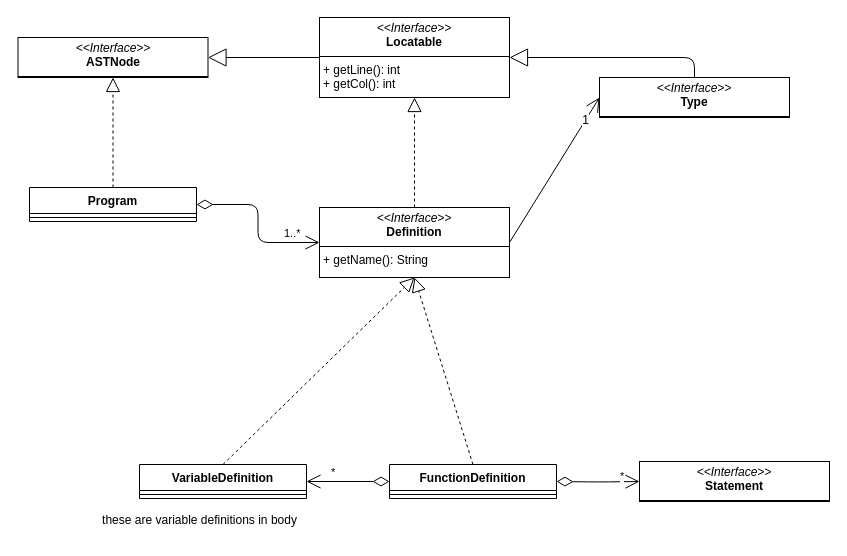
Before: diagrams/program.drawio in Diegomcha/dlp-compiler, a draw.io diagram. Source tidied: cells renumbered, new cells numbered last; positions are measured from the earlier drawing's top-left corner, leaving out a move shared by most shapes. Both pictures are drawn from the tidied source at 100%, with x=0, y=0 at pixel (17, 17).
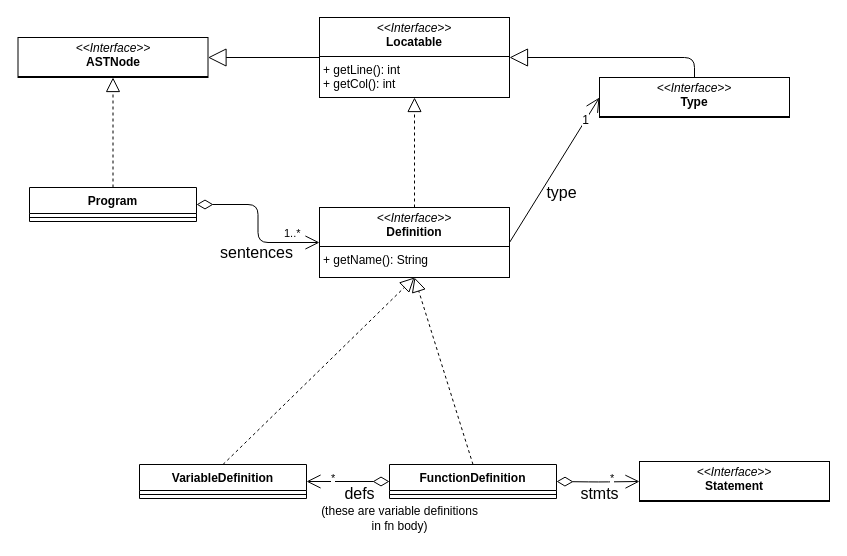
After the change.

Commit message:
feat(diagram): changed attr names for program

Unchanged cells that the change refers to:
```xml
<mxCell id="6" value="VariableDefinition" style="swimlane;fontStyle=1;align=center;verticalAlign=top;horizontal=1;startSize=26;" parent="1" vertex="1">
  <mxGeometry x="122" y="447" width="167" height="34" as="geometry" />
</mxCell>
<mxCell id="8" value="FunctionDefinition" style="swimlane;fontStyle=1;align=center;verticalAlign=top;horizontal=1;startSize=26;" parent="1" vertex="1">
  <mxGeometry x="372" y="447" width="167" height="34" as="geometry" />
</mxCell>
<mxCell id="22" value="&lt;p style=&quot;margin:0px;margin-top:4px;text-align:center;&quot;&gt;&lt;i&gt;&amp;lt;&amp;lt;Interface&amp;gt;&amp;gt;&lt;/i&gt;&lt;br&gt;&lt;b&gt;Statement&lt;/b&gt;&lt;/p&gt;&lt;hr size=&quot;1&quot; style=&quot;border-style:solid;&quot;&gt;&lt;p style=&quot;margin:0px;margin-left:4px;&quot;&gt;&lt;br&gt;&lt;/p&gt;" style="verticalAlign=top;align=left;overflow=fill;html=1;whiteSpace=wrap;" parent="1" vertex="1">
  <mxGeometry x="622" y="444" width="190" height="40" as="geometry" />
</mxCell>
```

Diff of the diagram source:
```diff
@@
     <mxCell id="21" value="*" style="endArrow=open;html=1;endSize=12;startArrow=diamondThin;startSize=14;startFill=0;edgeStyle=orthogonalEdgeStyle;align=left;verticalAlign=bottom;exitX=0;exitY=0.5;exitDx=0;exitDy=0;entryX=1;entryY=0.5;entryDx=0;entryDy=0;" parent="1" edge="1" source="8" target="6">
-      <mxGeometry x="0.45" relative="1" as="geometry" />
+      <mxGeometry x="0.45" y="6" relative="1" as="geometry" />
     </mxCell>
@@
     <mxCell id="23" value="*" style="endArrow=open;html=1;endSize=12;startArrow=diamondThin;startSize=14;startFill=0;edgeStyle=orthogonalEdgeStyle;align=left;verticalAlign=bottom;exitX=1;exitY=0.5;exitDx=0;exitDy=0;entryX=0;entryY=0.5;entryDx=0;entryDy=0;" parent="1" edge="1" target="22">
-      <mxGeometry x="0.5" y="-4" relative="1" as="geometry">
+      <mxGeometry x="0.28" y="-6" relative="1" as="geometry">
         <mxPoint x="539" y="464" as="sourcePoint" />
       </mxGeometry>
     </mxCell>
-    <mxCell id="24" value="these are variable definitions in body" style="text;html=1;align=center;verticalAlign=middle;strokeColor=none;fillColor=none;" parent="1" vertex="1">
-      <mxGeometry x="72" y="488" width="220" height="30" as="geometry" />
+    <mxCell id="24" value="(these are variable definitions&lt;br&gt;in fn body)" style="text;html=1;align=center;verticalAlign=middle;strokeColor=none;fillColor=none;" parent="1" vertex="1">
+      <mxGeometry x="292" y="481" width="180" height="40" as="geometry" />
     </mxCell>
+    <mxCell id="25" value="sentences" style="text;html=1;align=center;verticalAlign=middle;strokeColor=none;fillColor=none;fontSize=16;" parent="1" vertex="1">
+      <mxGeometry x="189" y="220" width="100" height="30" as="geometry" />
+    </mxCell>
+    <mxCell id="26" value="type" style="text;html=1;align=center;verticalAlign=middle;strokeColor=none;fillColor=none;fontSize=16;" parent="1" vertex="1">
+      <mxGeometry x="519" y="160" width="50" height="30" as="geometry" />
+    </mxCell>
+    <mxCell id="27" value="stmts" style="text;html=1;align=center;verticalAlign=middle;strokeColor=none;fillColor=none;fontSize=16;" parent="1" vertex="1">
+      <mxGeometry x="552" y="461" width="60" height="30" as="geometry" />
+    </mxCell>
+    <mxCell id="28" value="defs" style="text;html=1;align=center;verticalAlign=middle;strokeColor=none;fillColor=none;fontSize=16;" parent="1" vertex="1">
+      <mxGeometry x="317" y="461" width="50" height="30" as="geometry" />
+    </mxCell>
```
